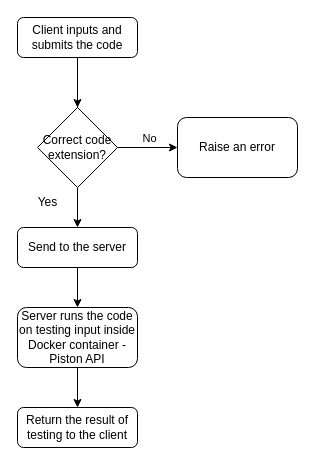
Before: page "High level" (2 of 2) of DockerFlowchart.drawio in A13k5-5/CodeProfesseur, a draw.io diagram. Source tidied: cells renumbered, new cells numbered last; positions are measured from the earlier drawing's top-left corner, leaving out a move shared by most shapes. Both pictures are drawn from the tidied source at 100%, with x=0, y=0 at pixel (17, 17).
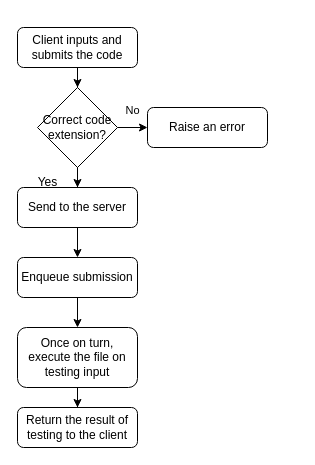
After the change.

Commit message:
Flowchart redone with queue

The edit, as a diff of the source:
```diff
@@
 <mxGraphModel>
   <root>
     <mxCell id="0" />
     <mxCell id="1" parent="0" />
     <mxCell id="2" style="edgeStyle=orthogonalEdgeStyle;rounded=0;jettySize=auto;html=1;" parent="1" edge="1" source="8">
       <mxGeometry relative="1" as="geometry">
         <mxPoint x="60" y="110" as="targetPoint" />
       </mxGeometry>
     </mxCell>
     <mxCell id="3" value="Client inputs and submits the code" style="rounded=1;whiteSpace=wrap;html=1;" parent="1" vertex="1">
-      <mxGeometry width="120" height="40" as="geometry" />
+      <mxGeometry y="10" width="120" height="40" as="geometry" />
     </mxCell>
     <mxCell id="4" style="edgeStyle=orthogonalEdgeStyle;rounded=0;jettySize=auto;html=1;" parent="1" edge="1" source="3" target="8">
       <mxGeometry relative="1" as="geometry" />
     </mxCell>
     <mxCell id="5" style="edgeStyle=orthogonalEdgeStyle;rounded=0;jettySize=auto;html=1;" parent="1" edge="1" source="8" target="9">
       <mxGeometry relative="1" as="geometry" />
     </mxCell>
     <mxCell id="6" value="No" style="edgeLabel;html=1;align=center;verticalAlign=middle;" parent="5" vertex="1">
       <mxGeometry x="0.03" y="-4" relative="1" as="geometry">
         <mxPoint y="-14" as="offset" />
       </mxGeometry>
     </mxCell>
     <mxCell id="7" style="edgeStyle=orthogonalEdgeStyle;rounded=0;jettySize=auto;html=1;" parent="1" edge="1" source="8" target="11">
       <mxGeometry relative="1" as="geometry" />
     </mxCell>
     <mxCell id="8" value="Correct code extension?" style="rhombus;whiteSpace=wrap;html=1;" parent="1" vertex="1">
-      <mxGeometry x="20" y="90" width="80" height="80" as="geometry" />
+      <mxGeometry x="20" y="70" width="80" height="80" as="geometry" />
     </mxCell>
     <mxCell id="9" value="Raise an error" style="rounded=1;whiteSpace=wrap;html=1;" parent="1" vertex="1">
-      <mxGeometry x="160" y="100" width="120" height="60" as="geometry" />
+      <mxGeometry x="130" y="90" width="120" height="40" as="geometry" />
     </mxCell>
-    <mxCell id="10" style="edgeStyle=orthogonalEdgeStyle;rounded=0;jettySize=auto;html=1;" parent="1" edge="1" source="11" target="13">
-      <mxGeometry relative="1" as="geometry" />
-    </mxCell>
+    <mxCell id="16" style="edgeStyle=orthogonalEdgeStyle;rounded=0;jettySize=auto;html=1;" parent="1" edge="1" source="11" target="18">
+      <mxGeometry relative="1" as="geometry" />
+    </mxCell>
     <mxCell id="11" value="Send to the server" style="rounded=1;whiteSpace=wrap;html=1;" parent="1" vertex="1">
-      <mxGeometry y="210" width="120" height="40" as="geometry" />
+      <mxGeometry y="170" width="120" height="40" as="geometry" />
     </mxCell>
     <mxCell id="12" style="edgeStyle=orthogonalEdgeStyle;rounded=0;jettySize=auto;html=1;entryX=0.5;entryY=0;entryDx=0;entryDy=0;" parent="1" edge="1" source="13" target="14">
       <mxGeometry relative="1" as="geometry" />
     </mxCell>
-    <mxCell id="13" value="Server runs the code on testing input inside Docker container - Piston API" style="whiteSpace=wrap;html=1;rounded=1;" parent="1" vertex="1">
-      <mxGeometry y="290" width="120" height="60" as="geometry" />
+    <mxCell id="13" value="Once on turn, execute the file on testing input" style="whiteSpace=wrap;html=1;rounded=1;" parent="1" vertex="1">
+      <mxGeometry y="310" width="120" height="60" as="geometry" />
     </mxCell>
     <mxCell id="14" value="Return the result of testing to the client" style="whiteSpace=wrap;html=1;rounded=1;" parent="1" vertex="1">
       <mxGeometry y="390" width="120" height="40" as="geometry" />
     </mxCell>
     <mxCell id="15" value="Yes" style="text;html=1;align=center;verticalAlign=middle;strokeColor=none;fillColor=none;" parent="1" vertex="1">
-      <mxGeometry x="10" y="170" width="40" height="30" as="geometry" />
+      <mxGeometry x="10" y="150" width="40" height="30" as="geometry" />
     </mxCell>
+    <mxCell id="17" style="edgeStyle=orthogonalEdgeStyle;rounded=0;jettySize=auto;html=1;" parent="1" edge="1" source="18" target="13">
+      <mxGeometry relative="1" as="geometry" />
+    </mxCell>
+    <mxCell id="18" value="Enqueue submission" style="rounded=1;whiteSpace=wrap;html=1;" parent="1" vertex="1">
+      <mxGeometry y="240" width="120" height="40" as="geometry" />
+    </mxCell>
   </root>
 </mxGraphModel>
```
